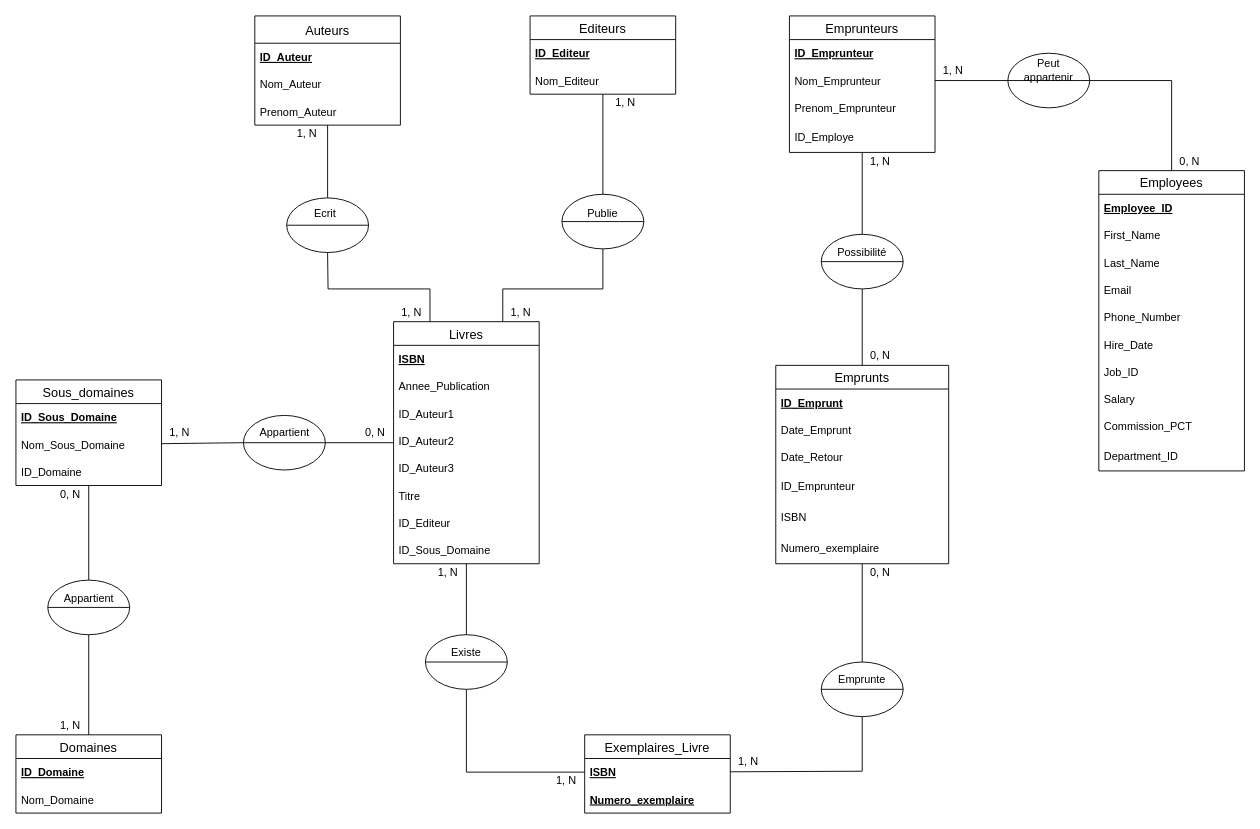
This is MCD.drawio from Jerome-Kraft/Projet_BDD, a draw.io file, before an edit. Source tidied: cells renumbered, new cells numbered last; positions are measured from the earlier drawing's top-left corner, leaving out a move shared by most shapes. Both pictures are drawn from the tidied source at 91%, with x=0, y=0 at pixel (15, 15).
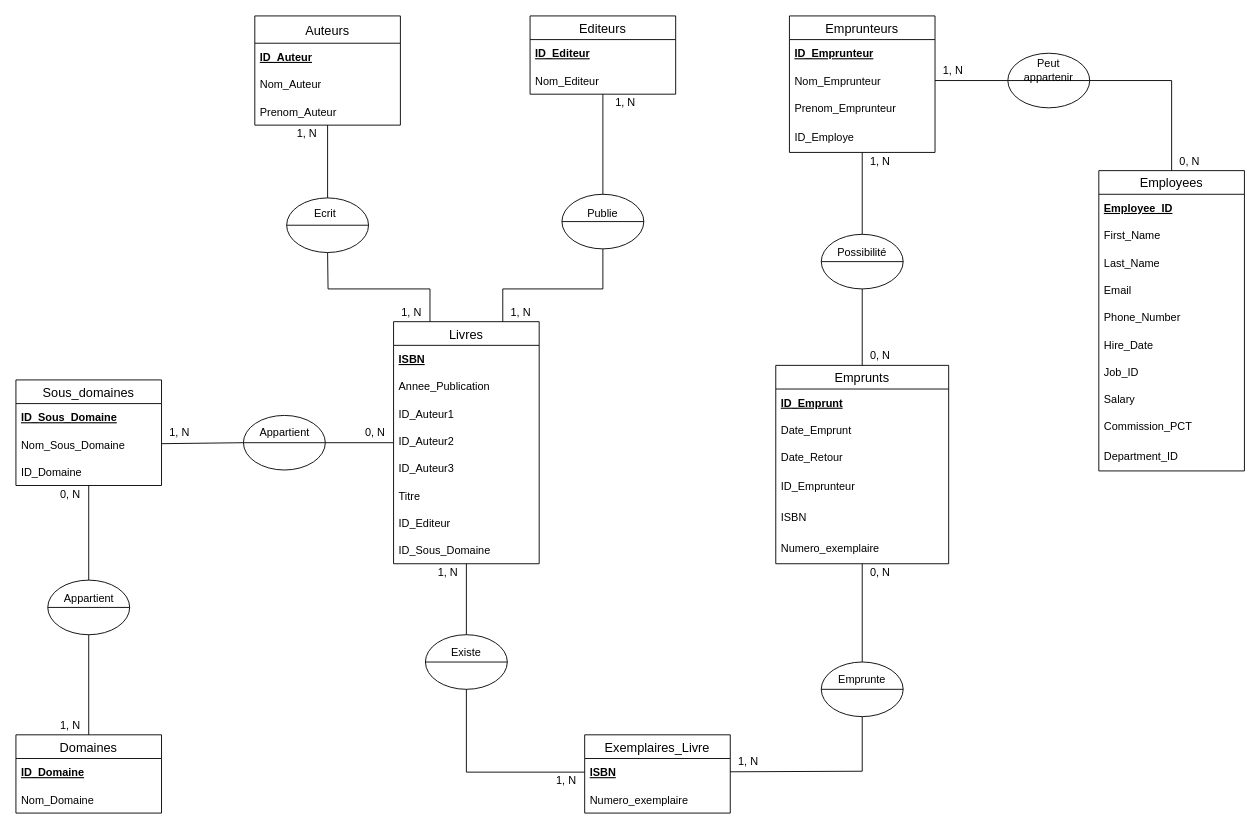
After the change.

The change refers to these unchanged cells:
```xml
<mxCell id="58" value="Exemplaires_Livre" style="swimlane;fontStyle=0;horizontal=1;startSize=26;align=center;fontSize=14;" parent="1" vertex="1">
  <mxGeometry x="625" y="790" width="160" height="86" as="geometry" />
</mxCell>
```

The edit, as a diff of the source:
```diff
@@
-    <mxCell id="60" value="Numero_exemplaire" style="text;strokeColor=none;fillColor=none;spacingLeft=4;spacingRight=4;overflow=hidden;fontSize=12;verticalAlign=middle;fontStyle=5;" parent="58" vertex="1">
+    <mxCell id="60" value="Numero_exemplaire" style="text;strokeColor=none;fillColor=none;spacingLeft=4;spacingRight=4;overflow=hidden;fontSize=12;verticalAlign=middle;fontStyle=0;" parent="58" vertex="1">
       <mxGeometry y="56" width="160" height="30" as="geometry" />
     </mxCell>
```
